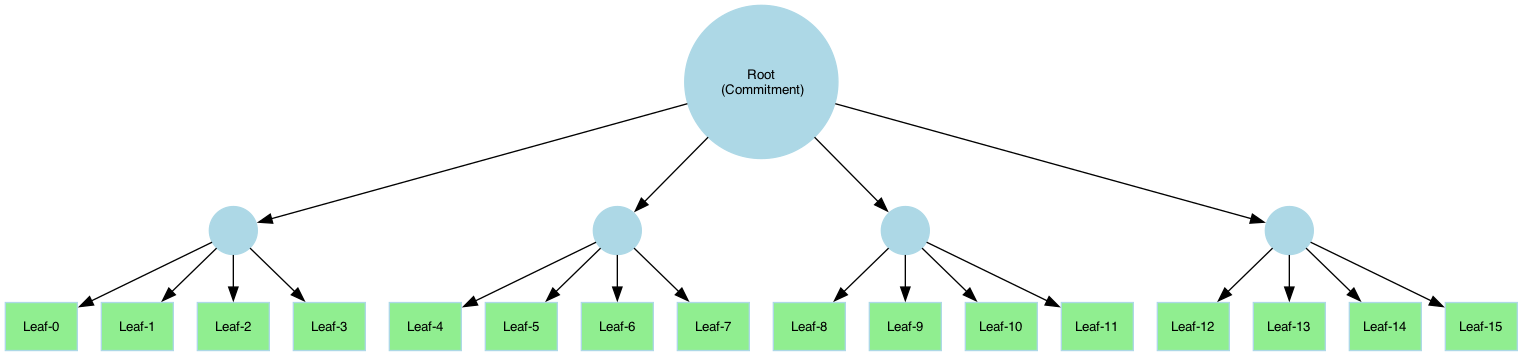
The Graphviz diagram docs/docs/icicle/primitives/merkle_diagrams/diagram2.png in ingonyama-zk/icicle, before a commit. Its source is kept beside it as docs/docs/icicle/primitives/merkle_diagrams/diagram2.gv. The source it was exported from:
```dot
digraph MerkleTree {
    rankdir = TB;
    node [shape = circle; style = filled; color = lightblue; fontname = "Helvetica"; fontsize = 10;];

    Root [label = "Root\n (Commitment)";];

    L1_0 [label = "";];
    L1_1 [label = "";];
    L1_2 [label = "";];
    L1_3 [label = "";];

    node [style = filled; fillcolor = lightgreen; shape = rect;];
    Leaf_0 [label = "Leaf-0";];
    Leaf_1 [label = "Leaf-1";];
    Leaf_2 [label = "Leaf-2";];
    Leaf_3 [label = "Leaf-3";];
    Leaf_4 [label = "Leaf-4";];
    Leaf_5 [label = "Leaf-5";];
    Leaf_6 [label = "Leaf-6";];
    Leaf_7 [label = "Leaf-7";];
    Leaf_8 [label = "Leaf-8";];
    Leaf_9 [label = "Leaf-9";];
    Leaf_10 [label = "Leaf-10";];
    Leaf_11 [label = "Leaf-11";];
    Leaf_12 [label = "Leaf-12";];
    Leaf_13 [label = "Leaf-13";];
    Leaf_14 [label = "Leaf-14";];
    Leaf_15 [label = "Leaf-15";];


    Root -> L1_0;
    Root -> L1_1;
    Root -> L1_2;
    Root -> L1_3;

    L1_0 -> Leaf_0;
    L1_0 -> Leaf_1;
    L1_0 -> Leaf_2;
    L1_0 -> Leaf_3;

    L1_1 -> Leaf_4;
    L1_1 -> Leaf_5;
    L1_1 -> Leaf_6;
    L1_1 -> Leaf_7;

    L1_2 -> Leaf_8;
    L1_2 -> Leaf_9;
    L1_2 -> Leaf_10;
    L1_2 -> Leaf_11;

    L1_3 -> Leaf_12;
    L1_3 -> Leaf_13;
    L1_3 -> Leaf_14;
    L1_3 -> Leaf_15;
}
```
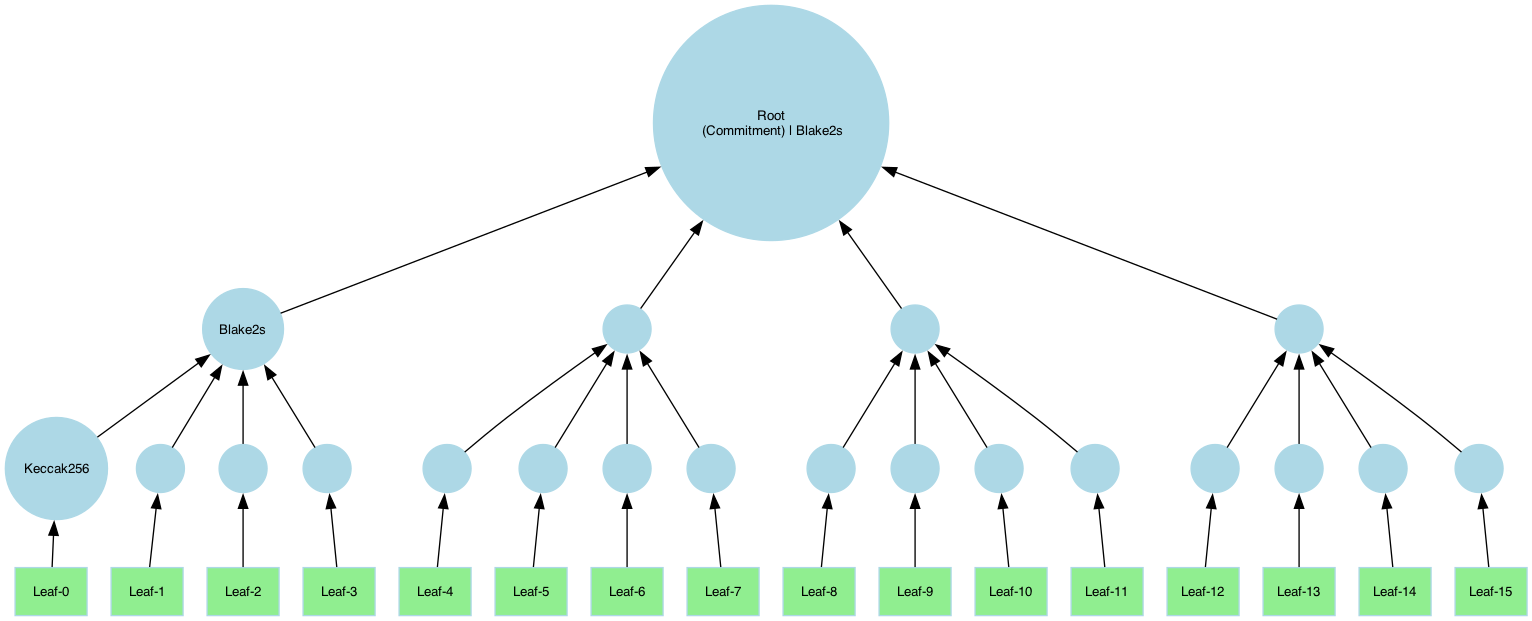
The same file after the commit.

The edit, as a diff of the source:
```diff
@@ -1,13 +1,30 @@
 digraph MerkleTree {
-    rankdir = TB;
+    rankdir = BT;
     node [shape = circle; style = filled; color = lightblue; fontname = "Helvetica"; fontsize = 10;];
 
-    Root [label = "Root\n (Commitment)";];
+    Root [label = "Root\n (Commitment) | Blake2s";];
 
-    L1_0 [label = "";];
+    L1_0 [label = "Blake2s";];
     L1_1 [label = "";];
     L1_2 [label = "";];
     L1_3 [label = "";];
+
+    L2_0 [label = "Keccak256";];
+    L2_1 [label = "";];
+    L2_2 [label = "";];
+    L2_3 [label = "";];
+    L2_4 [label = "";];
+    L2_5 [label = "";];
+    L2_6 [label = "";];
+    L2_7 [label = "";];
+    L2_8 [label = "";];
+    L2_9 [label = "";];
+    L2_10 [label = "";];
+    L2_11 [label = "";];
+    L2_12 [label = "";];
+    L2_13 [label = "";];
+    L2_14 [label = "";];
+    L2_15 [label = "";];
 
     node [style = filled; fillcolor = lightgreen; shape = rect;];
     Leaf_0 [label = "Leaf-0";];
@@ -27,29 +44,42 @@
     Leaf_14 [label = "Leaf-14";];
     Leaf_15 [label = "Leaf-15";];
 
+    L1_0 -> Root;
+    L1_1 -> Root;
+    L1_2 -> Root;
+    L1_3 -> Root;
 
-    Root -> L1_0;
-    Root -> L1_1;
-    Root -> L1_2;
-    Root -> L1_3;
+    L2_0 -> L1_0;
+    L2_1 -> L1_0;
+    L2_2 -> L1_0;
+    L2_3 -> L1_0;
+    L2_4 -> L1_1;
+    L2_5 -> L1_1;
+    L2_6 -> L1_1;
+    L2_7 -> L1_1;
+    L2_8 -> L1_2;
+    L2_9 -> L1_2;
+    L2_10 -> L1_2;
+    L2_11 -> L1_2;
+    L2_12 -> L1_3;
+    L2_13 -> L1_3;
+    L2_14 -> L1_3;
+    L2_15 -> L1_3;
 
-    L1_0 -> Leaf_0;
-    L1_0 -> Leaf_1;
-    L1_0 -> Leaf_2;
-    L1_0 -> Leaf_3;
-
-    L1_1 -> Leaf_4;
-    L1_1 -> Leaf_5;
-    L1_1 -> Leaf_6;
-    L1_1 -> Leaf_7;
-
-    L1_2 -> Leaf_8;
-    L1_2 -> Leaf_9;
-    L1_2 -> Leaf_10;
-    L1_2 -> Leaf_11;
-
-    L1_3 -> Leaf_12;
-    L1_3 -> Leaf_13;
-    L1_3 -> Leaf_14;
-    L1_3 -> Leaf_15;
+    Leaf_0 -> L2_0;
+    Leaf_1 -> L2_1;
+    Leaf_2 -> L2_2;
+    Leaf_3 -> L2_3;
+    Leaf_4 -> L2_4;
+    Leaf_5 -> L2_5;
+    Leaf_6 -> L2_6;
+    Leaf_7 -> L2_7;
+    Leaf_8 -> L2_8;
+    Leaf_9 -> L2_9;
+    Leaf_10 -> L2_10;
+    Leaf_11 -> L2_11;
+    Leaf_12 -> L2_12;
+    Leaf_13 -> L2_13;
+    Leaf_14 -> L2_14;
+    Leaf_15 -> L2_15;
 }
```
